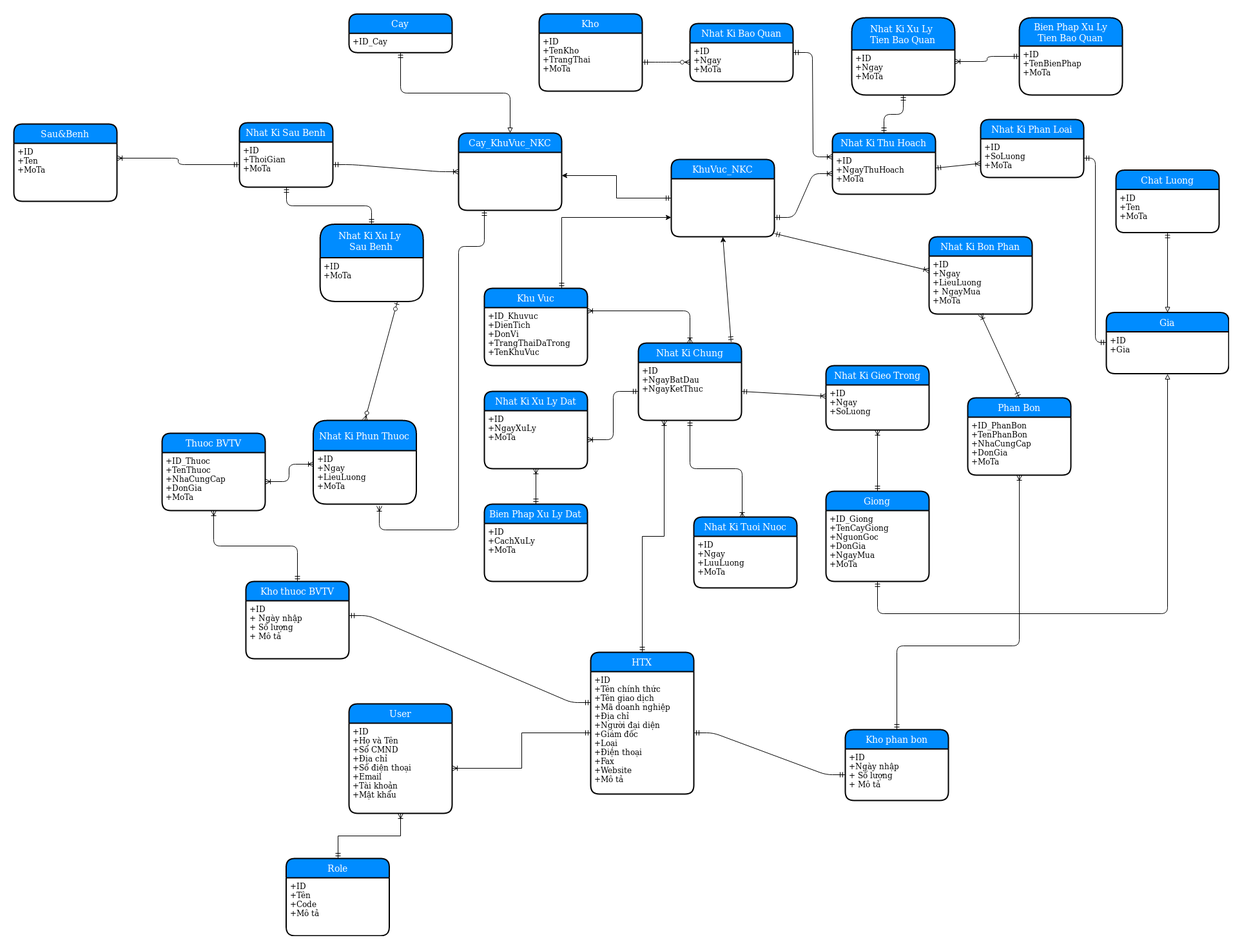
Before: docs/chuc-nang-cay-an-qua/ERD.png, a diagram exported from draw.io (tranminhkhang8198/CLC.2019_Nhat-ky-san-xuat). Source tidied: cells renumbered, new cells last; positions are measured from the earlier drawing's top-left corner, leaving out a move shared by most shapes.
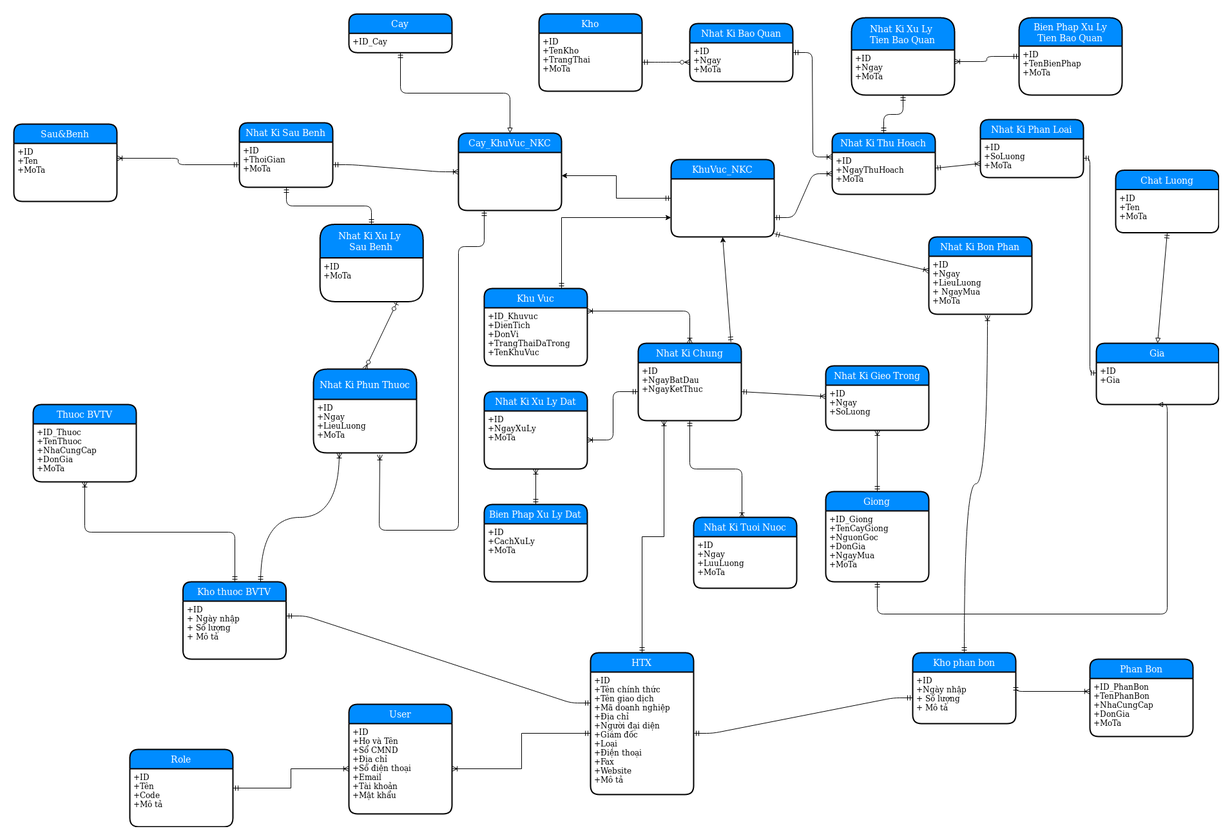
Above is the later version.

Commit message:
docs: cap nhat erd va uml cho cay an qua

The edit, as a diff of the source:
```diff
@@ -18,7 +18,7 @@
       <mxGeometry relative="1" as="geometry" />
     </mxCell>
     <mxCell id="7" value="Phan Bon" style="swimlane;horizontal=1;startSize=30;fillColor=#008cff;fontColor=#FFFFFF;rounded=1;fontSize=14;fontStyle=0;strokeWidth=2;shadow=0;dashed=0;align=center;" parent="1" vertex="1">
-      <mxGeometry x="1480" y="596" width="160" height="120" as="geometry" />
+      <mxGeometry x="1670" y="1001" width="160" height="120" as="geometry" />
     </mxCell>
     <mxCell id="8" value="+ID_PhanBon&#10;+TenPhanBon&#10;+NhaCungCap&#10;+DonGia&#10;+MoTa&#10;" style="align=left;strokeColor=none;fillColor=none;spacingLeft=4;fontSize=12;verticalAlign=top;" parent="7" vertex="1">
       <mxGeometry y="30" width="160" height="90" as="geometry" />
@@ -28,9 +28,6 @@
         <mxPoint x="1180" y="341" as="sourcePoint" />
       </mxGeometry>
     </mxCell>
-    <mxCell id="10" style="fontSize=12;html=1;endArrow=ERoneToMany;startArrow=ERmandOne;exitX=0.5;exitY=0;exitDx=0;exitDy=0;entryX=0.5;entryY=1;entryDx=0;entryDy=0;" parent="1" edge="1" source="7" target="40">
-      <mxGeometry relative="1" as="geometry" />
-    </mxCell>
     <mxCell id="11" style="edgeStyle=orthogonalEdgeStyle;fontSize=12;html=1;endArrow=ERoneToMany;startArrow=ERmandOne;entryX=1;entryY=0.25;entryDx=0;entryDy=0;exitX=0;exitY=0.5;exitDx=0;exitDy=0;" parent="1" edge="1" source="70" target="76">
       <mxGeometry relative="1" as="geometry" />
     </mxCell>
@@ -46,9 +43,6 @@
     <mxCell id="15" style="edgeStyle=orthogonalEdgeStyle;fontSize=12;html=1;endArrow=ERoneToMany;startArrow=ERmandOne;entryX=1;entryY=0.25;entryDx=0;entryDy=0;exitX=0;exitY=0.5;exitDx=0;exitDy=0;" parent="1" edge="1" source="31" target="34">
       <mxGeometry relative="1" as="geometry" />
     </mxCell>
-    <mxCell id="16" style="edgeStyle=orthogonalEdgeStyle;fontSize=12;html=1;endArrow=ERoneToMany;startArrow=ERoneToMany;entryX=0;entryY=0.25;entryDx=0;entryDy=0;exitX=1;exitY=0.5;exitDx=0;exitDy=0;" parent="1" edge="1" source="74" target="72">
-      <mxGeometry relative="1" as="geometry" />
-    </mxCell>
     <mxCell id="17" value="Nhat Ki Thu Hoach" style="swimlane;horizontal=1;startSize=30;fillColor=#008cff;fontColor=#FFFFFF;rounded=1;fontSize=14;fontStyle=0;strokeWidth=2;shadow=0;dashed=0;align=center;" parent="1" vertex="1">
       <mxGeometry x="1270" y="185" width="160" height="95" as="geometry" />
     </mxCell>
@@ -62,7 +56,7 @@
       <mxGeometry y="30" width="160" height="60" as="geometry" />
     </mxCell>
     <mxCell id="21" value="Gia" style="swimlane;horizontal=1;startSize=30;fillColor=#008cff;fontColor=#FFFFFF;rounded=1;fontSize=14;fontStyle=0;strokeWidth=2;shadow=0;dashed=0;align=center;" parent="1" vertex="1">
-      <mxGeometry x="1695" y="463.5" width="190" height="95" as="geometry" />
+      <mxGeometry x="1680" y="511" width="190" height="95" as="geometry" />
     </mxCell>
     <mxCell id="22" value="+ID&#10;+Gia&#10;" style="align=left;strokeColor=none;fillColor=none;spacingLeft=4;fontSize=12;verticalAlign=top;" parent="21" vertex="1">
       <mxGeometry y="30" width="190" height="65" as="geometry" />
@@ -230,13 +224,13 @@
       <mxGeometry y="30" width="145" height="70" as="geometry" />
     </mxCell>
     <mxCell id="71" value="Nhat Ki Phun Thuoc" style="swimlane;horizontal=1;startSize=47;fillColor=#008cff;fontColor=#FFFFFF;rounded=1;fontSize=14;fontStyle=0;strokeWidth=2;shadow=0;dashed=0;align=center;" parent="1" vertex="1">
-      <mxGeometry x="464.5" y="631.1" width="160" height="130" as="geometry" />
+      <mxGeometry x="465" y="551.1" width="160" height="130" as="geometry" />
     </mxCell>
     <mxCell id="72" value="+ID&#10;+Ngay&#10;+LieuLuong&#10;+MoTa" style="align=left;strokeColor=none;fillColor=none;spacingLeft=4;fontSize=12;verticalAlign=top;" parent="71" vertex="1">
       <mxGeometry y="47" width="160" height="83" as="geometry" />
     </mxCell>
     <mxCell id="73" value="Thuoc BVTV" style="swimlane;horizontal=1;startSize=30;fillColor=#008cff;fontColor=#FFFFFF;rounded=1;fontSize=14;fontStyle=0;strokeWidth=2;shadow=0;dashed=0;align=center;" parent="1" vertex="1">
-      <mxGeometry x="230" y="651" width="160" height="120" as="geometry" />
+      <mxGeometry x="30" y="606" width="160" height="120" as="geometry" />
     </mxCell>
     <mxCell id="74" value="+ID_Thuoc&#10;+TenThuoc&#10;+NhaCungCap&#10;+DonGia&#10;+MoTa" style="align=left;strokeColor=none;fillColor=none;spacingLeft=4;fontSize=12;verticalAlign=top;" parent="73" vertex="1">
       <mxGeometry y="30" width="160" height="90" as="geometry" />
@@ -263,7 +257,7 @@
       <mxGeometry y="30" width="160" height="140" as="geometry" />
     </mxCell>
     <mxCell id="82" value="Role" style="swimlane;horizontal=1;startSize=30;fillColor=#008cff;fontColor=#FFFFFF;rounded=1;fontSize=14;fontStyle=0;strokeWidth=2;shadow=0;dashed=0;align=center;" parent="1" vertex="1">
-      <mxGeometry x="422.5" y="1311" width="160" height="120" as="geometry" />
+      <mxGeometry x="180" y="1141" width="160" height="120" as="geometry" />
     </mxCell>
     <mxCell id="83" value="+ID&#10;+Tên&#10;+Code&#10;+Mô tả" style="align=left;strokeColor=none;fillColor=none;spacingLeft=4;fontSize=12;verticalAlign=top;" parent="82" vertex="1">
       <mxGeometry y="30" width="160" height="90" as="geometry" />
@@ -275,22 +269,21 @@
       <mxGeometry relative="1" as="geometry" />
     </mxCell>
     <mxCell id="86" value="Kho thuoc BVTV" style="swimlane;horizontal=1;startSize=30;fillColor=#008cff;fontColor=#FFFFFF;rounded=1;fontSize=14;fontStyle=0;strokeWidth=2;shadow=0;dashed=0;align=center;" parent="1" vertex="1">
-      <mxGeometry x="360" y="881" width="160" height="120" as="geometry" />
+      <mxGeometry x="262.5" y="881" width="160" height="120" as="geometry" />
     </mxCell>
     <mxCell id="87" value="+ID&#10;+ Ngày nhập&#10;+ Số lượng&#10;+ Mô tả" style="align=left;strokeColor=none;fillColor=none;spacingLeft=4;fontSize=12;verticalAlign=top;" parent="86" vertex="1">
       <mxGeometry y="30" width="160" height="90" as="geometry" />
     </mxCell>
     <mxCell id="88" value="Kho phan bon" style="swimlane;horizontal=1;startSize=30;fillColor=#008cff;fontColor=#FFFFFF;rounded=1;fontSize=14;fontStyle=0;strokeWidth=2;shadow=0;dashed=0;align=center;" parent="1" vertex="1">
-      <mxGeometry x="1290" y="1111" width="160" height="110" as="geometry" />
+      <mxGeometry x="1395" y="991" width="160" height="110" as="geometry" />
     </mxCell>
     <mxCell id="89" value="+ID&#10;+Ngày nhập&#10;+ Số lượng&#10;+ Mô tả&#10;" style="align=left;strokeColor=none;fillColor=none;spacingLeft=4;fontSize=12;verticalAlign=top;" parent="88" vertex="1">
       <mxGeometry y="30" width="160" height="80" as="geometry" />
     </mxCell>
-    <mxCell id="90" style="edgeStyle=orthogonalEdgeStyle;fontSize=12;html=1;endArrow=ERoneToMany;startArrow=ERmandOne;exitX=0.5;exitY=0;exitDx=0;exitDy=0;" parent="1" edge="1" source="88" target="8">
+    <mxCell id="90" style="fontSize=12;html=1;endArrow=ERoneToMany;startArrow=ERmandOne;exitX=1;exitY=0.25;exitDx=0;exitDy=0;edgeStyle=orthogonalEdgeStyle;" parent="1" edge="1" source="89" target="7">
       <mxGeometry relative="1" as="geometry">
         <Array as="points">
-          <mxPoint x="1370" y="981" />
-          <mxPoint x="1560" y="981" />
+          <mxPoint x="1700" y="1051" />
         </Array>
       </mxGeometry>
     </mxCell>
@@ -303,5 +296,11 @@
     <mxCell id="93" style="edgeStyle=orthogonalEdgeStyle;fontSize=12;html=1;endArrow=ERoneToMany;startArrow=ERmandOne;exitX=0.5;exitY=0;exitDx=0;exitDy=0;entryX=0.5;entryY=1;entryDx=0;entryDy=0;" parent="1" edge="1" source="86" target="73">
       <mxGeometry relative="1" as="geometry" />
     </mxCell>
+    <mxCell id="94" style="edgeStyle=orthogonalEdgeStyle;rounded=0;jettySize=auto;html=1;startArrow=ERmandOne;startFill=0;endArrow=ERoneToMany;endFill=0;exitX=0.5;exitY=0;exitDx=0;exitDy=0;entryX=0.569;entryY=1.022;entryDx=0;entryDy=0;entryPerimeter=0;curved=1;" parent="1" edge="1" source="88" target="40">
+      <mxGeometry relative="1" as="geometry" />
+    </mxCell>
+    <mxCell id="95" style="fontSize=12;html=1;endArrow=ERoneToMany;startArrow=ERmandOne;entryX=0.25;entryY=1;entryDx=0;entryDy=0;exitX=0.75;exitY=0;exitDx=0;exitDy=0;edgeStyle=orthogonalEdgeStyle;curved=1;" parent="1" edge="1" source="86" target="72">
+      <mxGeometry relative="1" as="geometry" />
+    </mxCell>
   </root>
 </mxGraphModel>
```
